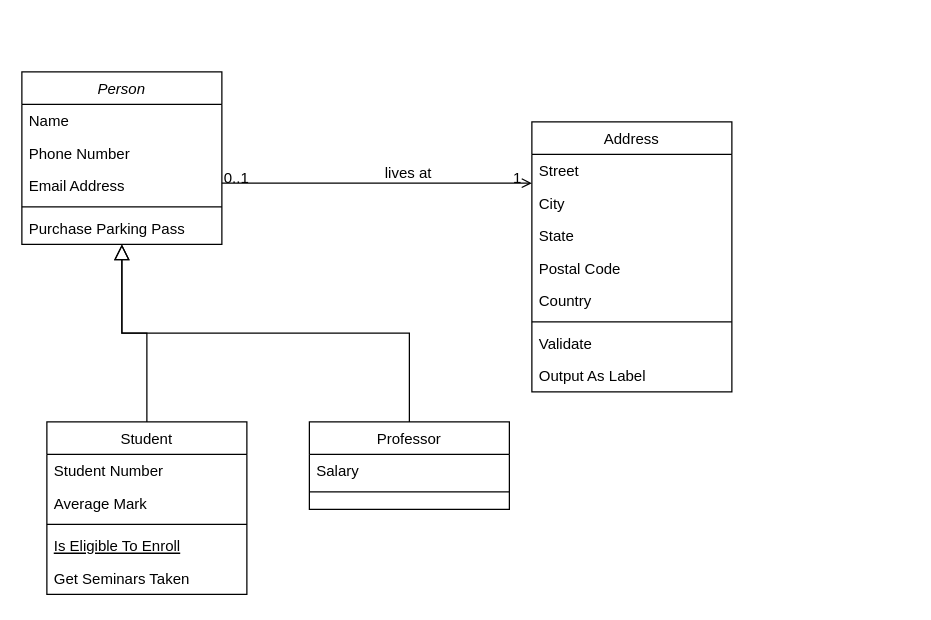
The draw.io diagram ERP系统框架图.drawio in Tsing201/diagram, before the edit. Source tidied: cells renumbered, new cells numbered last; positions are measured from the earlier drawing's top-left corner, leaving out a move shared by most shapes. Both pictures are drawn from the tidied source at 125%, with x=0, y=0 at pixel (21, 71).
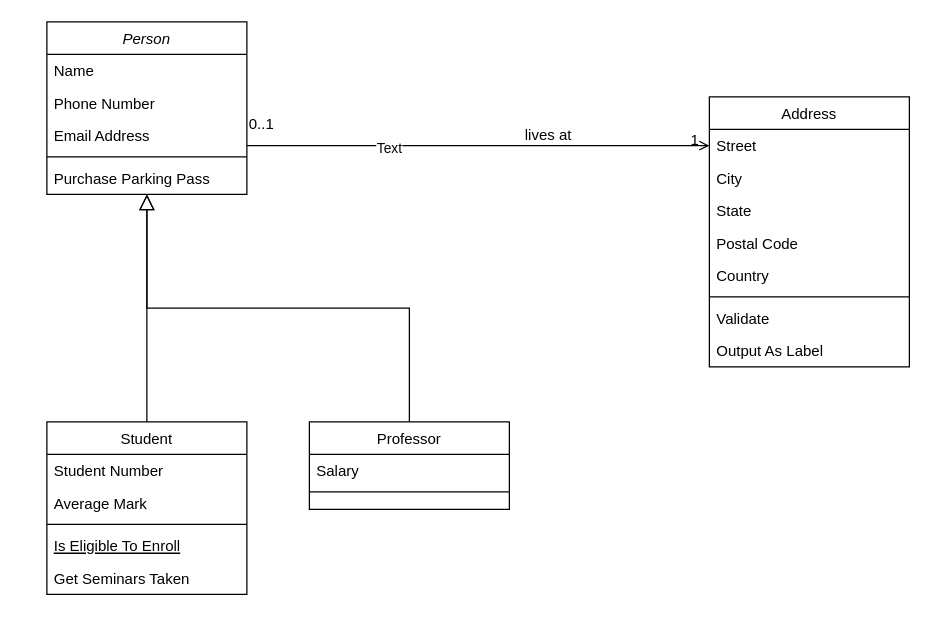
The same page after the edit.

Commit message:
更新ERP系统框架图.drawio

The change refers to these unchanged cells:
```xml
<mxCell id="28" style="endArrow=open;shadow=0;strokeWidth=1;rounded=0;curved=0;endFill=1;edgeStyle=elbowEdgeStyle;elbow=vertical;" parent="1" edge="1" source="2" target="19">
  <mxGeometry x="0.5" y="41" relative="1" as="geometry">
    <mxPoint x="-40" y="32" as="offset" />
  </mxGeometry>
</mxCell>
```

What changed in the source:
```diff
@@
     <mxCell id="2" value="Person" style="swimlane;fontStyle=2;align=center;verticalAlign=top;horizontal=1;startSize=26;rounded=0;shadow=0;strokeWidth=1;" parent="1" vertex="1">
-      <mxGeometry width="160" height="138" as="geometry" />
+      <mxGeometry x="20" y="-40" width="160" height="138" as="geometry" />
     </mxCell>
@@
     <mxCell id="19" value="Address" style="swimlane;fontStyle=0;align=center;verticalAlign=top;horizontal=1;startSize=26;rounded=0;shadow=0;strokeWidth=1;" parent="1" vertex="1">
-      <mxGeometry x="408" y="40" width="160" height="216" as="geometry" />
+      <mxGeometry x="550" y="20" width="160" height="216" as="geometry" />
     </mxCell>
@@
     <mxCell id="29" value="0..1" style="align=left;verticalAlign=bottom;labelBackgroundColor=none;fontSize=12;" parent="28" vertex="1">
       <mxGeometry x="-1" relative="1" as="geometry">
-        <mxPoint y="4" as="offset" />
+        <mxPoint y="-9" as="offset" />
       </mxGeometry>
     </mxCell>
@@
+    <mxCell id="32" value="Text" style="edgeLabel;html=1;align=center;verticalAlign=middle;" parent="28" vertex="1">
+      <mxGeometry x="-0.39" y="-1" relative="1" as="geometry" />
+    </mxCell>
```
